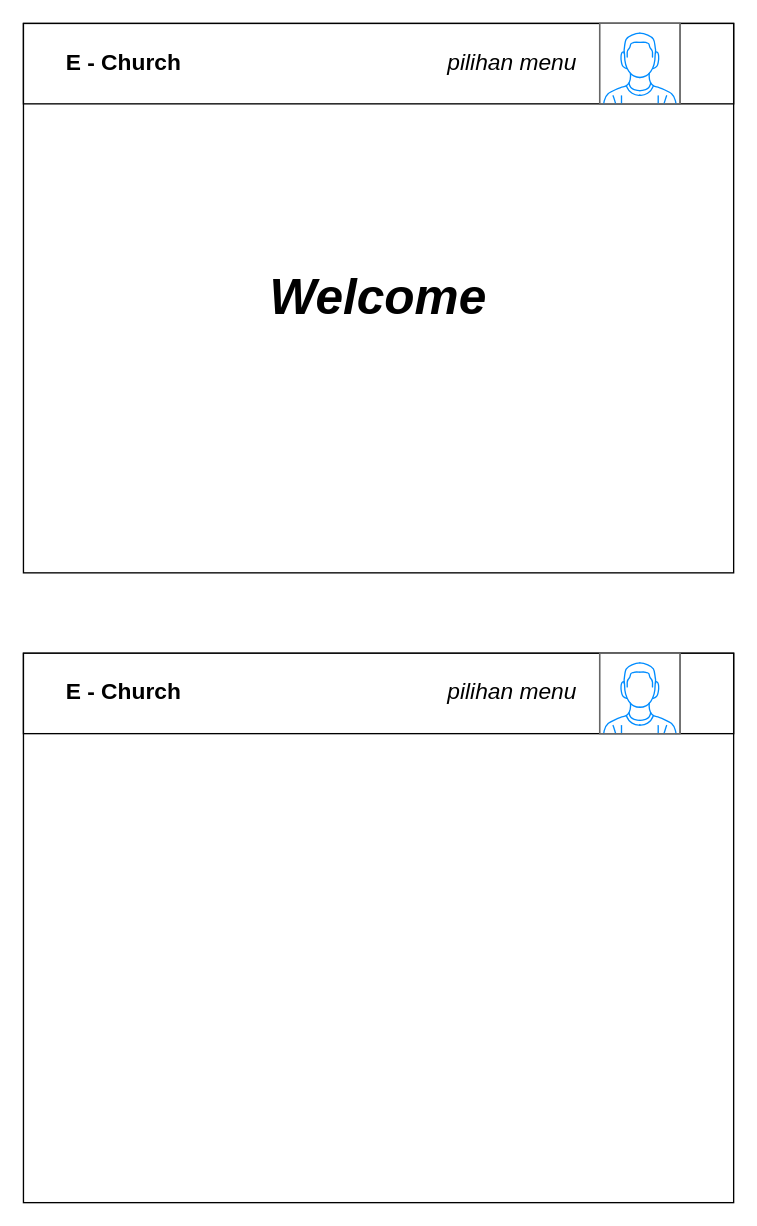
Above: Wireframe.drawio in Raymond-15/requirements (draw.io), before the change. Source tidied: cells renumbered, new cells numbered last; positions are measured from the earlier drawing's top-left corner, leaving out a move shared by most shapes. Both pictures are drawn from the tidied source at 134%, with x=0, y=0 at pixel (23, 23).
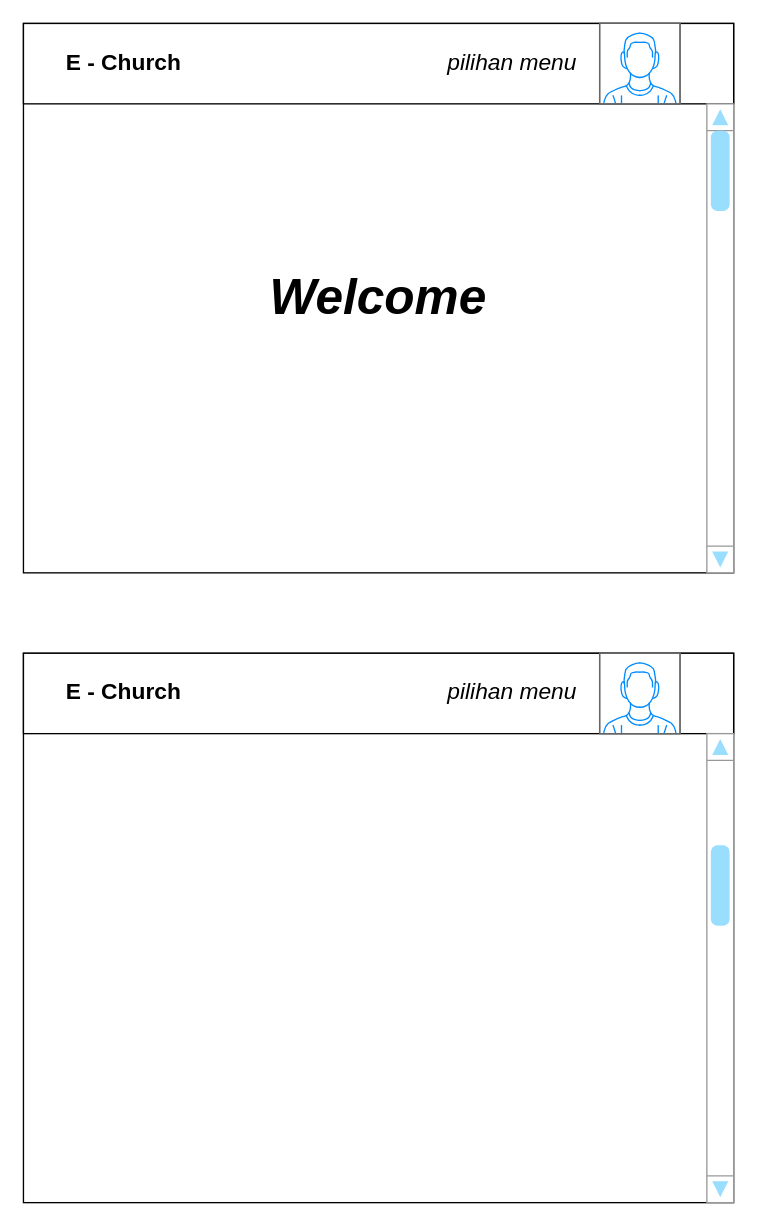
After the change.

The edit, as a diff of the source:
```diff
@@
 <mxGraphModel>
   <root>
     <mxCell id="0" />
     <mxCell id="1" parent="0" />
     <mxCell id="2" style="rounded=0;whiteSpace=wrap;html=1;" parent="1" vertex="1">
       <mxGeometry width="530" height="410" as="geometry" />
     </mxCell>
     <mxCell id="3" value="&lt;font style=&quot;font-size: 37px;&quot;&gt;Welcome&lt;/font&gt;" style="text;html=1;strokeColor=none;fillColor=none;align=center;verticalAlign=middle;whiteSpace=wrap;rounded=0;fontSize=17;fontStyle=3;" parent="1" vertex="1">
       <mxGeometry x="235" y="190" width="60" height="30" as="geometry" />
     </mxCell>
     <mxCell id="4" style="rounded=0;whiteSpace=wrap;html=1;" parent="1" vertex="1">
       <mxGeometry y="470" width="530" height="410" as="geometry" />
     </mxCell>
     <mxCell id="5" style="group;" parent="1" vertex="1">
       <mxGeometry width="530" height="60" as="geometry" />
     </mxCell>
     <mxCell id="6" style="group;" parent="5" vertex="1">
       <mxGeometry width="530" height="60" as="geometry" />
     </mxCell>
     <mxCell id="7" style="rounded=0;whiteSpace=wrap;html=1;" parent="6" vertex="1">
       <mxGeometry width="530" height="60" as="geometry" />
     </mxCell>
     <mxCell id="8" value="E - Church" style="text;html=1;strokeColor=none;fillColor=none;align=center;verticalAlign=middle;whiteSpace=wrap;rounded=0;fontSize=17;fontStyle=1;" parent="6" vertex="1">
       <mxGeometry x="30" width="90" height="60" as="geometry" />
     </mxCell>
     <mxCell id="9" style="verticalLabelPosition=bottom;shadow=0;dashed=0;align=center;html=1;verticalAlign=top;strokeWidth=1;shape=mxgraph.mockup.containers.userMale;strokeColor=#666666;strokeColor2=#008cff;fontSize=37;sketch=0;" parent="6" vertex="1">
       <mxGeometry x="430" width="60" height="60" as="geometry" />
     </mxCell>
     <mxCell id="10" value="pilihan menu" style="text;html=1;strokeColor=none;fillColor=none;align=center;verticalAlign=middle;whiteSpace=wrap;rounded=0;fontSize=17;fontStyle=2;" parent="6" vertex="1">
       <mxGeometry x="290" y="15" width="150" height="30" as="geometry" />
     </mxCell>
     <mxCell id="11" style="group;" parent="1" vertex="1">
       <mxGeometry y="470" width="530" height="60" as="geometry" />
     </mxCell>
     <mxCell id="12" style="group;" parent="11" vertex="1">
       <mxGeometry width="530" height="60" as="geometry" />
     </mxCell>
     <mxCell id="13" style="rounded=0;whiteSpace=wrap;html=1;" parent="12" vertex="1">
       <mxGeometry width="530" height="60" as="geometry" />
     </mxCell>
     <mxCell id="14" value="E - Church" style="text;html=1;strokeColor=none;fillColor=none;align=center;verticalAlign=middle;whiteSpace=wrap;rounded=0;fontSize=17;fontStyle=1;" parent="12" vertex="1">
       <mxGeometry x="30" width="90" height="60" as="geometry" />
     </mxCell>
     <mxCell id="15" style="verticalLabelPosition=bottom;shadow=0;dashed=0;align=center;html=1;verticalAlign=top;strokeWidth=1;shape=mxgraph.mockup.containers.userMale;strokeColor=#666666;strokeColor2=#008cff;fontSize=37;sketch=0;" parent="12" vertex="1">
       <mxGeometry x="430" width="60" height="60" as="geometry" />
     </mxCell>
     <mxCell id="16" value="pilihan menu" style="text;html=1;strokeColor=none;fillColor=none;align=center;verticalAlign=middle;whiteSpace=wrap;rounded=0;fontSize=17;fontStyle=2;" parent="12" vertex="1">
       <mxGeometry x="290" y="15" width="150" height="30" as="geometry" />
     </mxCell>
+    <mxCell id="17" style="verticalLabelPosition=bottom;shadow=0;dashed=0;align=center;html=1;verticalAlign=top;strokeWidth=1;shape=mxgraph.mockup.navigation.scrollBar;strokeColor=#999999;barPos=100;fillColor2=#99ddff;strokeColor2=none;direction=north;sketch=0;fontSize=37;" parent="1" vertex="1">
+      <mxGeometry x="510" y="60" width="20" height="350" as="geometry" />
+    </mxCell>
+    <mxCell id="18" style="verticalLabelPosition=bottom;shadow=0;dashed=0;align=center;html=1;verticalAlign=top;strokeWidth=1;shape=mxgraph.mockup.navigation.scrollBar;strokeColor=#999999;barPos=74.66;fillColor2=#99ddff;strokeColor2=none;direction=north;sketch=0;fontSize=37;" parent="1" vertex="1">
+      <mxGeometry x="510" y="530" width="20" height="350" as="geometry" />
+    </mxCell>
   </root>
 </mxGraphModel>
```
